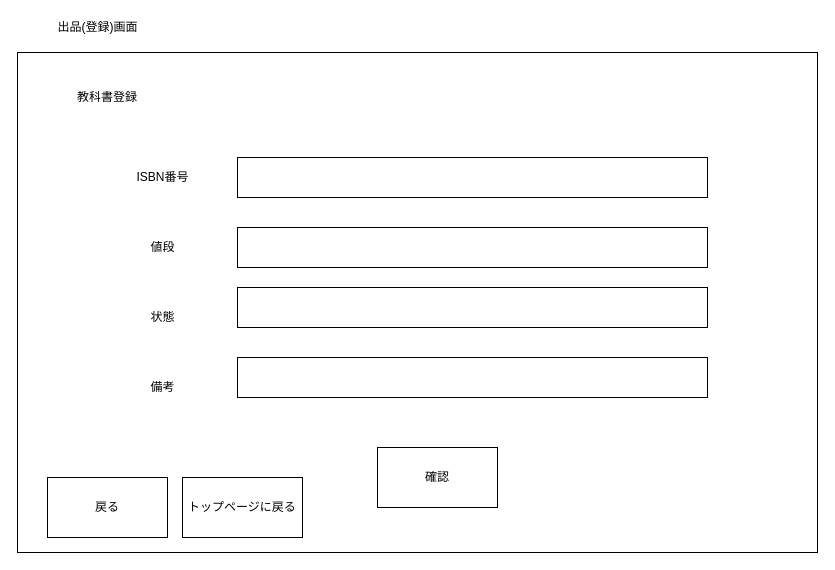
Earlier version of the draw.io diagram レイアウト図/会員画面/出品/出品(登録)画面.drawio (2022java42-student009/ProjectJava). Source tidied: cells renumbered, new cells numbered last; positions are measured from the earlier drawing's top-left corner, leaving out a move shared by most shapes. Both pictures are drawn from the tidied source at 100%, with x=0, y=0 at pixel (17, 17).
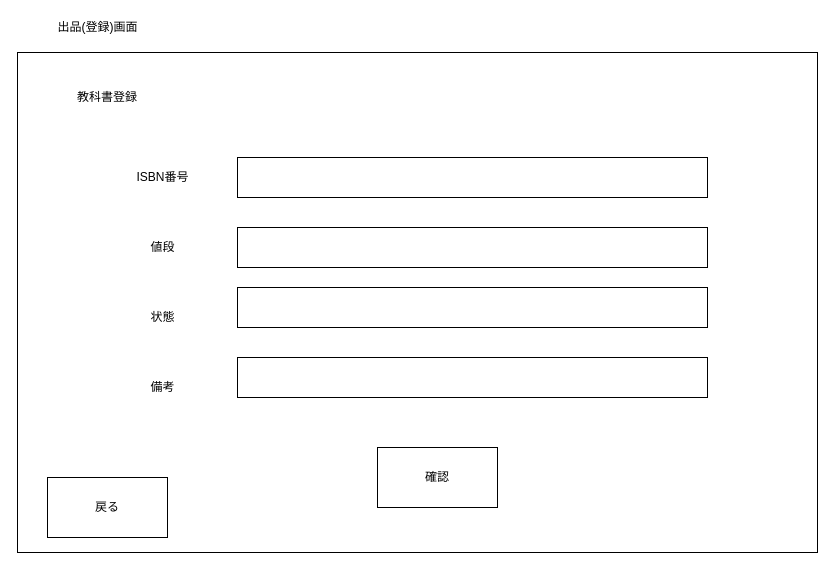
The same page after the edit.

Change to the diagram source:
```diff
@@
 <mxGraphModel>
   <root>
     <mxCell id="0" />
     <mxCell id="1" parent="0" />
     <mxCell id="2" value="&lt;span&gt;出品(登録)画面&lt;/span&gt;" style="text;html=1;align=center;verticalAlign=middle;strokeColor=none;fillColor=none;" parent="1" vertex="1">
       <mxGeometry x="30" width="100" height="20" as="geometry" />
     </mxCell>
     <mxCell id="3" style="rounded=0;whiteSpace=wrap;html=1;" parent="1" vertex="1">
       <mxGeometry y="35" width="800" height="500" as="geometry" />
     </mxCell>
     <mxCell id="4" value="教科書登録" style="rounded=0;whiteSpace=wrap;html=1;strokeColor=none;" parent="1" vertex="1">
       <mxGeometry x="30" y="50" width="120" height="60" as="geometry" />
     </mxCell>
     <mxCell id="5" style="rounded=0;whiteSpace=wrap;html=1;shadow=0;" parent="1" vertex="1">
       <mxGeometry x="220" y="140" width="470" height="40" as="geometry" />
     </mxCell>
     <mxCell id="6" style="rounded=0;whiteSpace=wrap;html=1;shadow=0;" parent="1" vertex="1">
       <mxGeometry x="220" y="210" width="470" height="40" as="geometry" />
     </mxCell>
     <mxCell id="7" style="rounded=0;whiteSpace=wrap;html=1;shadow=0;" parent="1" vertex="1">
       <mxGeometry x="220" y="270" width="470" height="40" as="geometry" />
     </mxCell>
     <mxCell id="8" style="rounded=0;whiteSpace=wrap;html=1;shadow=0;" parent="1" vertex="1">
       <mxGeometry x="220" y="340" width="470" height="40" as="geometry" />
     </mxCell>
     <mxCell id="9" value="備考" style="text;html=1;align=center;verticalAlign=middle;strokeColor=none;fillColor=none;" parent="1" vertex="1">
       <mxGeometry x="125" y="360" width="40" height="20" as="geometry" />
     </mxCell>
     <mxCell id="10" value="値段" style="text;html=1;align=center;verticalAlign=middle;strokeColor=none;fillColor=none;" parent="1" vertex="1">
       <mxGeometry x="125" y="220" width="40" height="20" as="geometry" />
     </mxCell>
     <mxCell id="11" value="状態" style="text;html=1;align=center;verticalAlign=middle;strokeColor=none;fillColor=none;" parent="1" vertex="1">
       <mxGeometry x="125" y="290" width="40" height="20" as="geometry" />
     </mxCell>
     <mxCell id="12" value="ISBN番号" style="text;html=1;align=center;verticalAlign=middle;strokeColor=none;fillColor=none;" parent="1" vertex="1">
       <mxGeometry x="110" y="150" width="70" height="20" as="geometry" />
     </mxCell>
     <mxCell id="13" value="確認" style="rounded=0;whiteSpace=wrap;html=1;shadow=0;" parent="1" vertex="1">
       <mxGeometry x="360" y="430" width="120" height="60" as="geometry" />
     </mxCell>
-    <mxCell id="14" value="トップページに戻る" style="rounded=0;whiteSpace=wrap;html=1;" parent="1" vertex="1">
-      <mxGeometry x="165" y="460" width="120" height="60" as="geometry" />
-    </mxCell>
     <mxCell id="15" value="戻る" style="rounded=0;whiteSpace=wrap;html=1;" parent="1" vertex="1">
       <mxGeometry x="30" y="460" width="120" height="60" as="geometry" />
     </mxCell>
   </root>
 </mxGraphModel>
```
